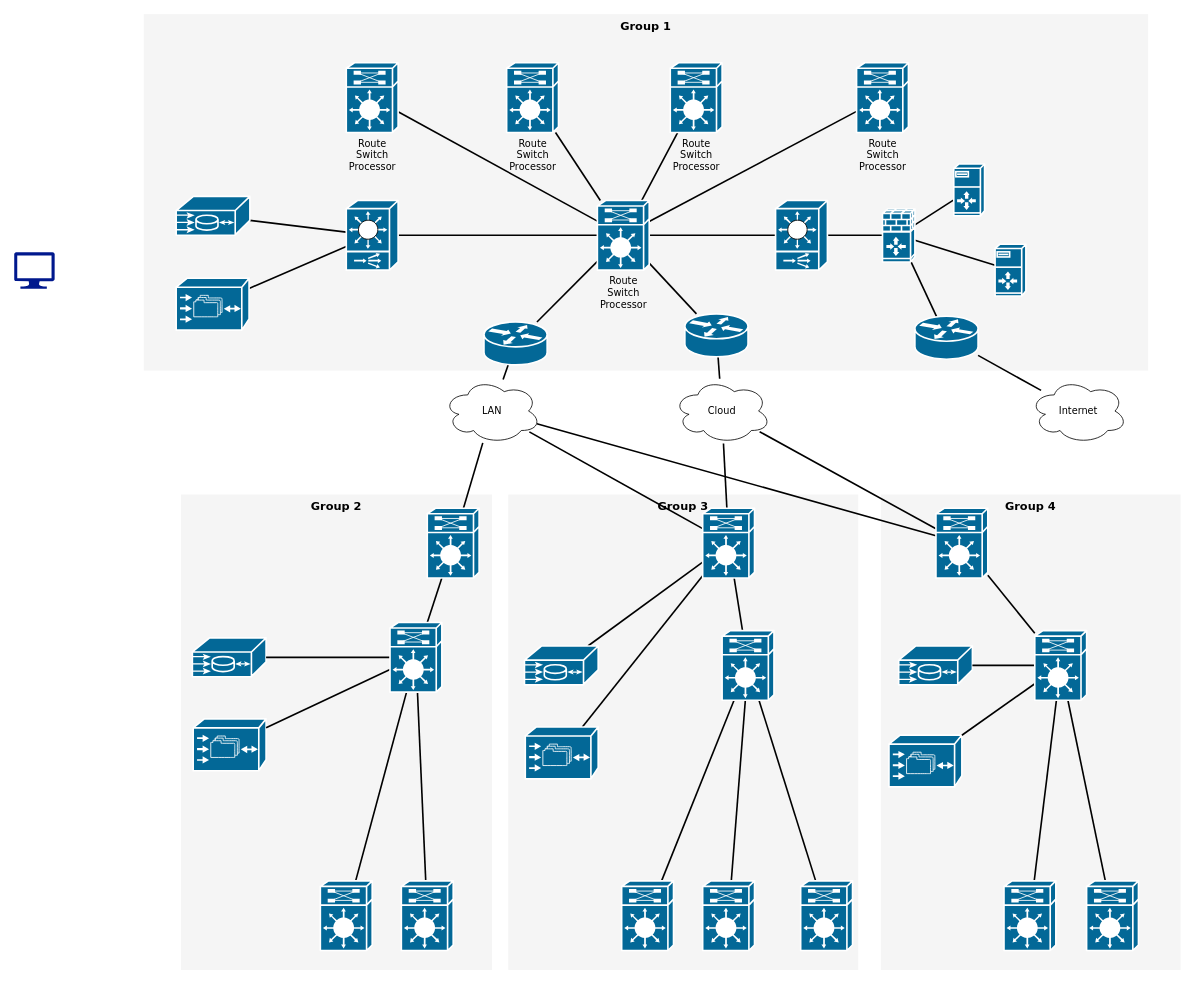
Before: 优钱/Untitled Diagram.drawio in atcogit/diagrams, a draw.io diagram. Source tidied: cells renumbered, new cells numbered last; positions are measured from the earlier drawing's top-left corner, leaving out a move shared by most shapes. Both pictures are drawn from the tidied source at 81%, with x=0, y=0 at pixel (14, 14).
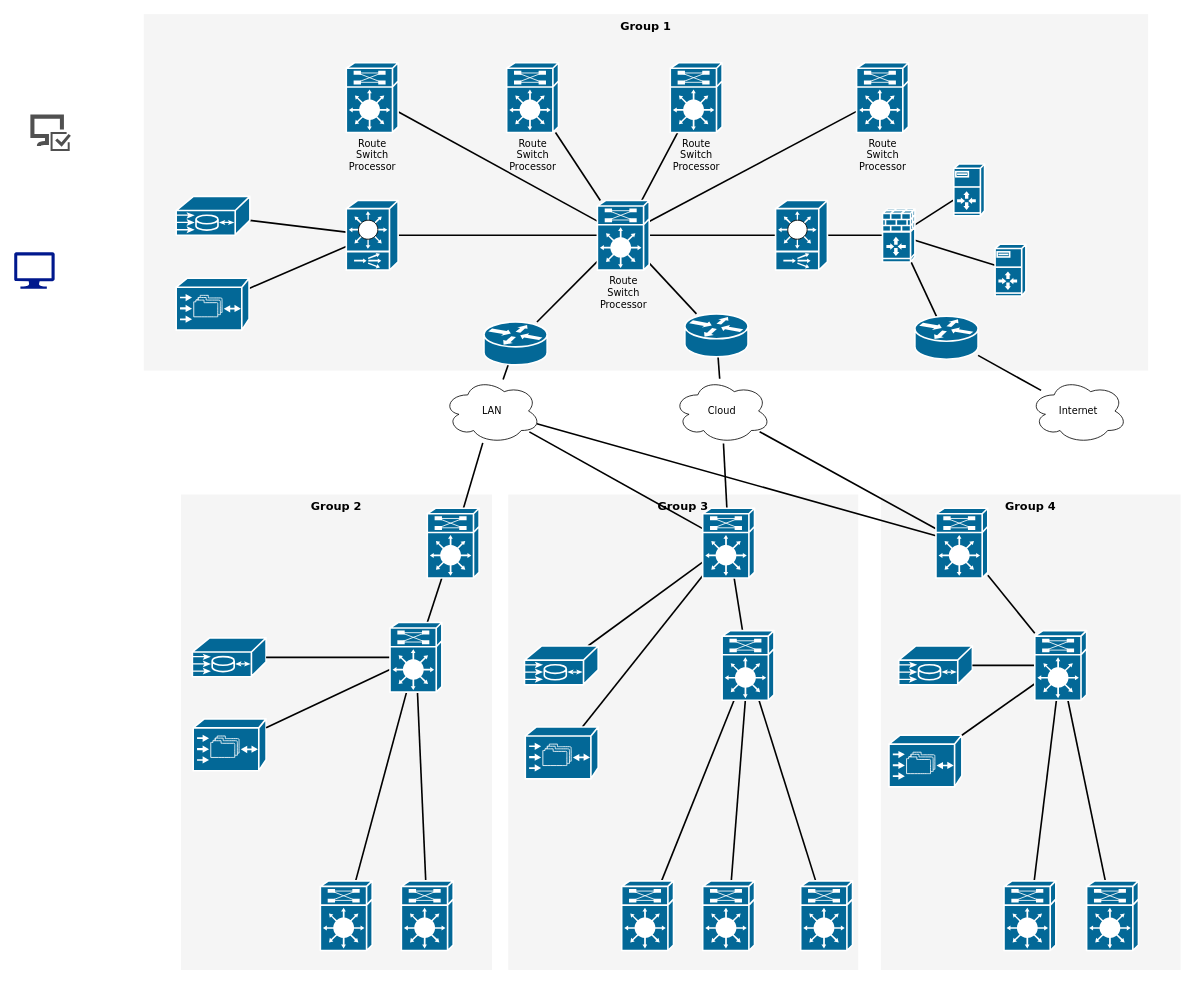
Above is the later version.

The edit, as a diff of the source:
```diff
@@
+    <mxCell id="82" style="sketch=0;shadow=0;dashed=0;html=1;strokeColor=none;labelPosition=center;verticalLabelPosition=bottom;verticalAlign=top;align=center;fillColor=#505050;shape=mxgraph.mscae.intune.computer_inventory;" parent="1" vertex="1">
+      <mxGeometry x="20" y="124" width="50" height="45" as="geometry" />
+    </mxCell>
```
